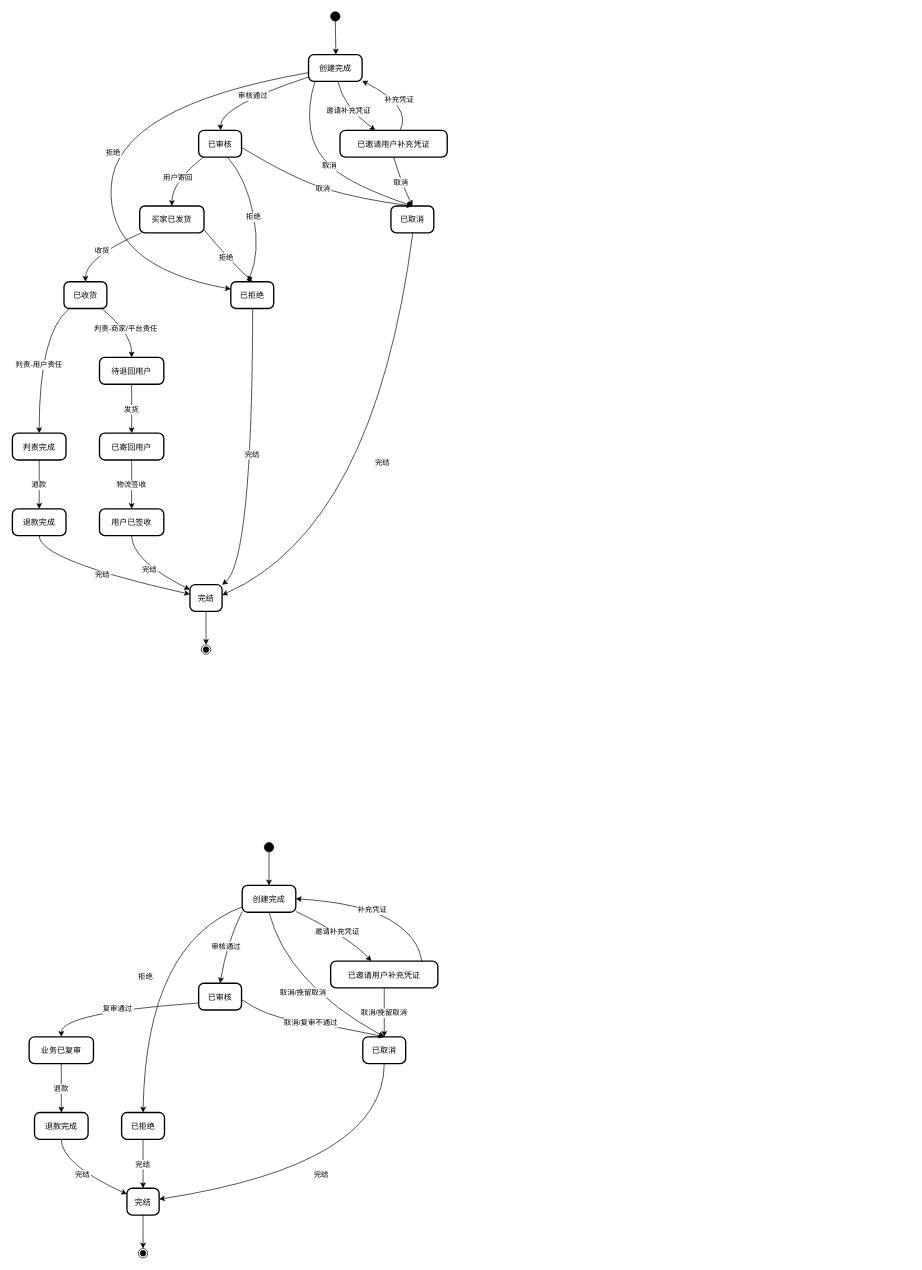
Above: 售后单状态机.drawio in Eiji1422/diagrams (draw.io), before the change. Source tidied: cells renumbered, new cells numbered last; positions are measured from the earlier drawing's top-left corner, leaving out a move shared by most shapes. Both pictures are drawn from the tidied source at 67%, with x=0, y=0 at pixel (12, 11).
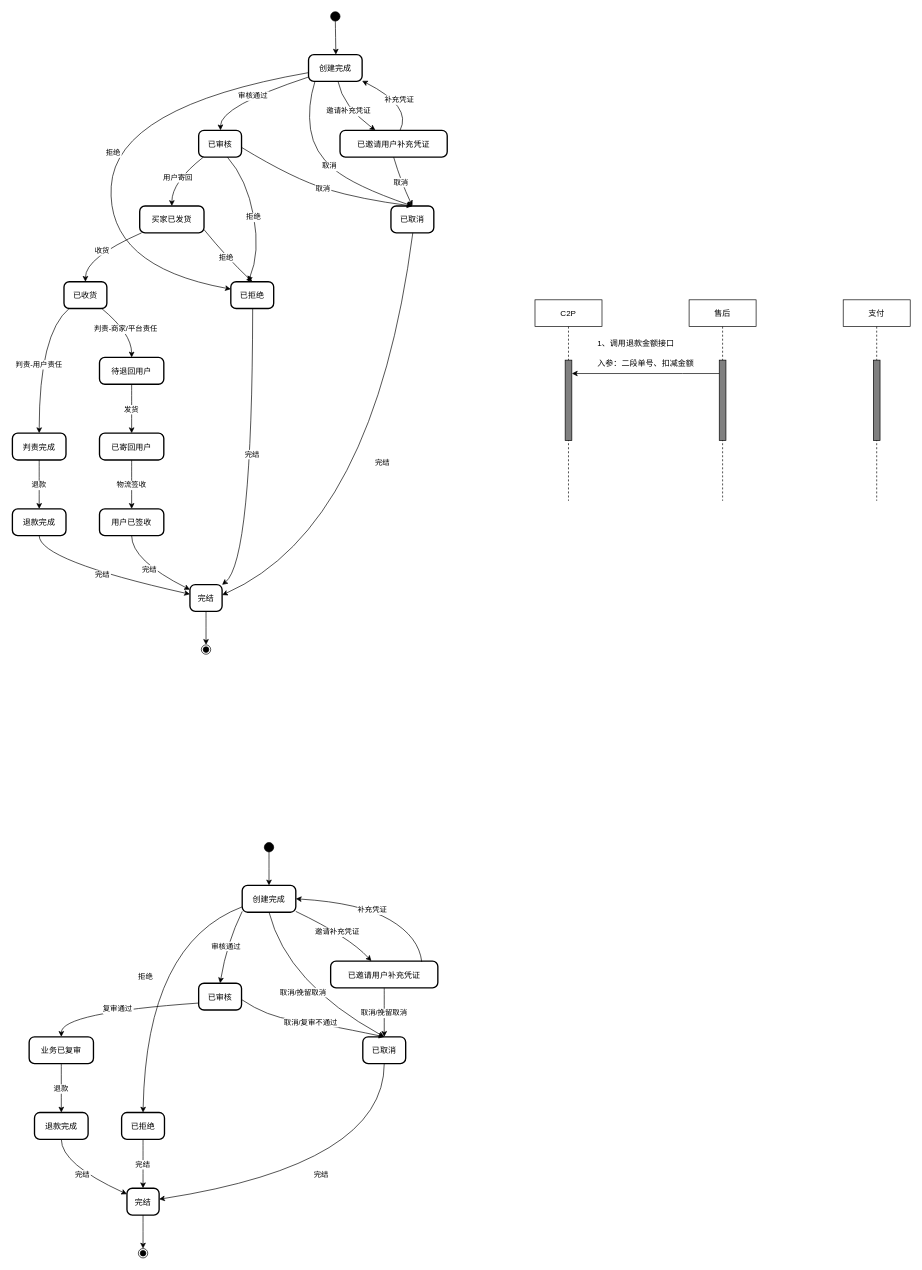
After the change.

Commit message:
更新售后单状态机.drawio

Change to the diagram source:
```diff
@@
+    <mxCell id="63" value="售后" style="shape=umlLifeline;perimeter=lifelinePerimeter;whiteSpace=wrap;html=1;newEdgeStyle={&quot;edgeStyle&quot;:&quot;elbowEdgeStyle&quot;,&quot;elbow&quot;:&quot;vertical&quot;,&quot;curved&quot;:0,&quot;rounded&quot;:0};" parent="1" vertex="1">
+      <mxGeometry x="1010" y="430" width="100" height="300" as="geometry" />
+    </mxCell>
+    <mxCell id="64" style="html=1;points=[[0,0,0,0,5],[0,1,0,0,-5],[1,0,0,0,5],[1,1,0,0,-5]];perimeter=orthogonalPerimeter;outlineConnect=0;targetShapes=umlLifeline;portConstraint=eastwest;newEdgeStyle={&quot;curved&quot;:0,&quot;rounded&quot;:0};fillColor=#808080;" parent="63" vertex="1">
+      <mxGeometry x="45" y="90" width="10" height="120" as="geometry" />
+    </mxCell>
+    <mxCell id="65" value="C2P" style="shape=umlLifeline;perimeter=lifelinePerimeter;whiteSpace=wrap;html=1;newEdgeStyle={&quot;edgeStyle&quot;:&quot;elbowEdgeStyle&quot;,&quot;elbow&quot;:&quot;vertical&quot;,&quot;curved&quot;:0,&quot;rounded&quot;:0};" parent="1" vertex="1">
+      <mxGeometry x="780" y="430" width="100" height="300" as="geometry" />
+    </mxCell>
+    <mxCell id="66" style="html=1;points=[[0,0,0,0,5],[0,1,0,0,-5],[1,0,0,0,5],[1,1,0,0,-5]];perimeter=orthogonalPerimeter;outlineConnect=0;targetShapes=umlLifeline;portConstraint=eastwest;newEdgeStyle={&quot;curved&quot;:0,&quot;rounded&quot;:0};fillColor=#808080;" parent="65" vertex="1">
+      <mxGeometry x="45" y="90" width="10" height="120" as="geometry" />
+    </mxCell>
+    <mxCell id="67" value="支付" style="shape=umlLifeline;perimeter=lifelinePerimeter;whiteSpace=wrap;html=1;newEdgeStyle={&quot;edgeStyle&quot;:&quot;elbowEdgeStyle&quot;,&quot;elbow&quot;:&quot;vertical&quot;,&quot;curved&quot;:0,&quot;rounded&quot;:0};" parent="1" vertex="1">
+      <mxGeometry x="1240" y="430" width="100" height="300" as="geometry" />
+    </mxCell>
+    <mxCell id="68" style="html=1;perimeter=orthogonalPerimeter;targetShapes=umlLifeline;newEdgeStyle={&quot;curved&quot;:0,&quot;rounded&quot;:0};fillColor=#808080;" parent="67" vertex="1">
+      <mxGeometry x="45" y="90" width="10" height="120" as="geometry" />
+    </mxCell>
+    <mxCell id="69" style="edgeStyle=orthogonalEdgeStyle;rounded=0;jettySize=auto;html=1;curved=0;" parent="1" edge="1" source="64" target="66">
+      <mxGeometry relative="1" as="geometry">
+        <Array as="points">
+          <mxPoint x="1000" y="540" />
+          <mxPoint x="1000" y="540" />
+        </Array>
+      </mxGeometry>
+    </mxCell>
+    <mxCell id="70" value="&lt;div style=&quot;text-align: left;&quot;&gt;&lt;span style=&quot;background-color: transparent; color: light-dark(rgb(0, 0, 0), rgb(255, 255, 255));&quot;&gt;1、调用退款金额接口&lt;/span&gt;&lt;/div&gt;&lt;div style=&quot;text-align: left;&quot;&gt;&lt;span style=&quot;background-color: transparent; color: light-dark(rgb(0, 0, 0), rgb(255, 255, 255));&quot;&gt;&lt;br&gt;&lt;/span&gt;&lt;/div&gt;&lt;div&gt;&lt;div style=&quot;text-align: left;&quot;&gt;&lt;span style=&quot;background-color: transparent; color: light-dark(rgb(0, 0, 0), rgb(255, 255, 255));&quot;&gt;入参：&lt;/span&gt;&lt;span style=&quot;background-color: transparent; color: light-dark(rgb(0, 0, 0), rgb(255, 255, 255));&quot;&gt;二段单号、扣减金额&lt;/span&gt;&lt;/div&gt;&lt;/div&gt;" style="text;html=1;align=center;verticalAlign=middle;strokeColor=none;fillColor=none;" parent="1" vertex="1">
+      <mxGeometry x="860" y="480" width="170" height="60" as="geometry" />
+    </mxCell>
```
